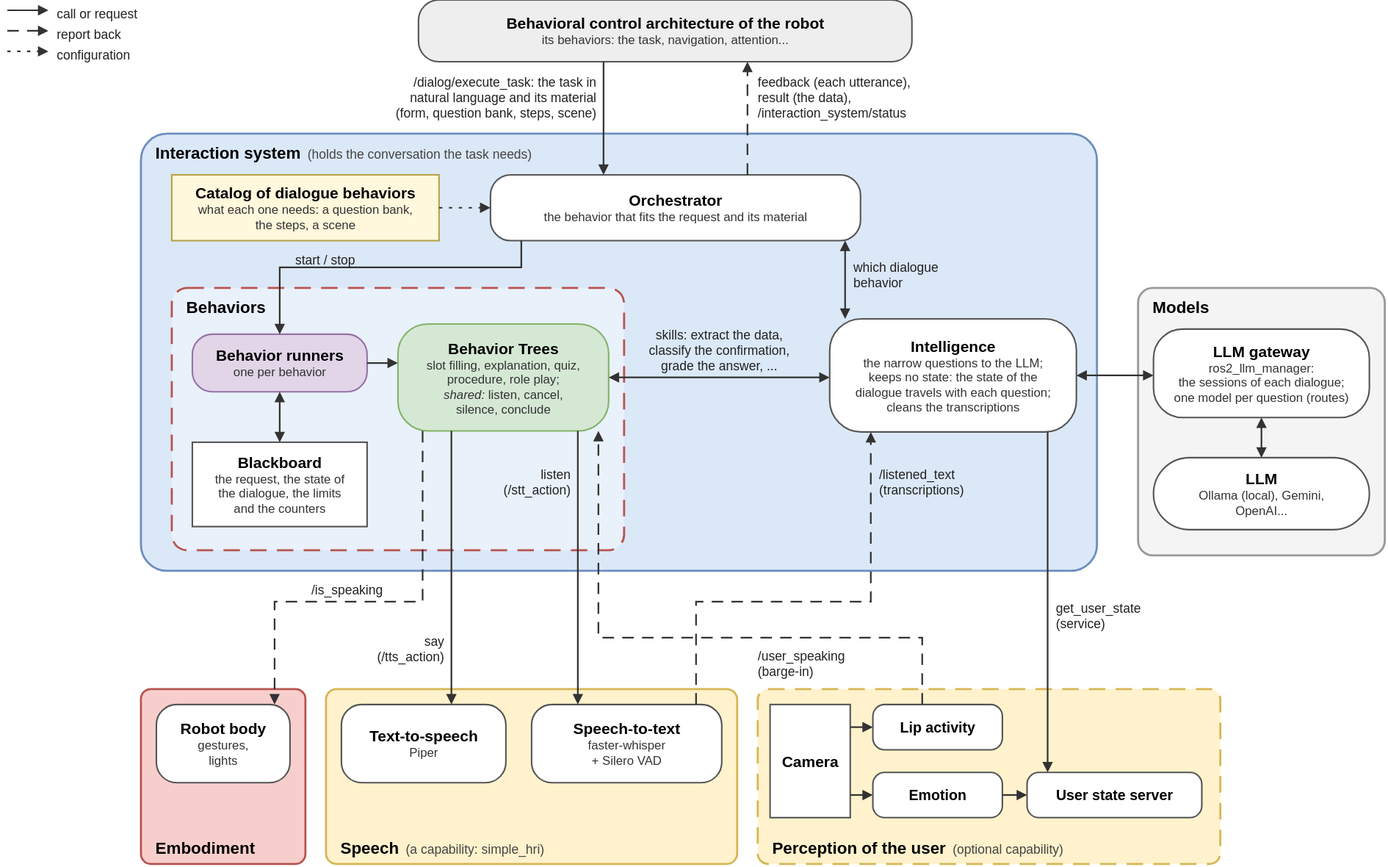
The draw.io diagram media/interaction_system_architecture.drawio.svg in geriabot/interaction_system, before a commit. Source tidied: cells renumbered, new cells last; positions are measured from the earlier drawing's top-left corner, leaving out a move shared by most shapes.
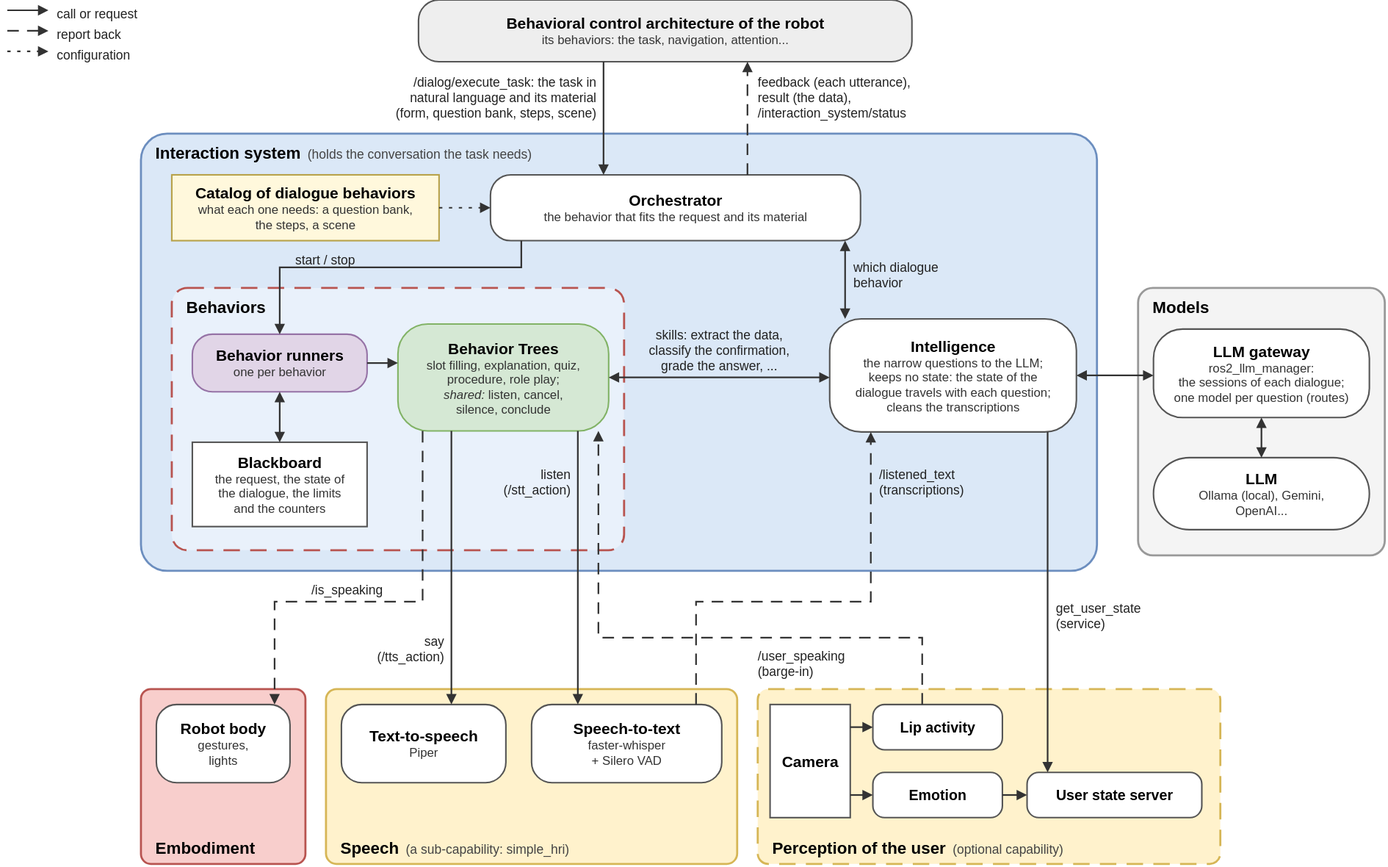
The same diagram one commit later.

Change to the diagram source:
```diff
@@ -44,7 +44,7 @@
     <mxCell id="15" value="&lt;b style=&quot;font-size:15px&quot;&gt;Robot body&lt;/b&gt;&lt;br&gt;&lt;span style=&quot;font-size:12px;color:#333333&quot;&gt;gestures,&lt;/span&gt;&lt;br&gt;&lt;span style=&quot;font-size:12px;color:#333333&quot;&gt;lights&lt;/span&gt;" style="rounded=1;arcSize=26;whiteSpace=wrap;html=1;fillColor=#ffffff;strokeColor=#555555;strokeWidth=1.5;fontFamily=Helvetica;verticalAlign=middle;" parent="1" vertex="1">
       <mxGeometry x="145" y="685" width="130" height="76" as="geometry" />
     </mxCell>
-    <mxCell id="16" value="&lt;b style=&quot;font-size:16px&quot;&gt;Speech&lt;/b&gt;&amp;nbsp;&amp;nbsp;&lt;span style=&quot;font-size:12.5px;color:#444444&quot;&gt;(a capability: simple_hri)&lt;/span&gt;" style="rounded=1;arcSize=6;whiteSpace=wrap;html=1;fillColor=#fff2cc;strokeColor=#d6b656;strokeWidth=2;fontFamily=Helvetica;verticalAlign=top;align=left;spacingLeft=12;spacingTop=2;verticalAlign=bottom;spacingBottom=4;" parent="1" vertex="1">
+    <mxCell id="16" value="&lt;b style=&quot;font-size:16px&quot;&gt;Speech&lt;/b&gt;&amp;nbsp;&amp;nbsp;&lt;span style=&quot;font-size:12.5px;color:#444444&quot;&gt;(a sub-capability: simple_hri)&lt;/span&gt;" style="rounded=1;arcSize=6;whiteSpace=wrap;html=1;fillColor=#fff2cc;strokeColor=#d6b656;strokeWidth=2;fontFamily=Helvetica;verticalAlign=top;align=left;spacingLeft=12;spacingTop=2;verticalAlign=bottom;spacingBottom=4;" parent="1" vertex="1">
       <mxGeometry x="310" y="670" width="400" height="170" as="geometry" />
     </mxCell>
     <mxCell id="17" value="&lt;b style=&quot;font-size:15px&quot;&gt;Text-to-speech&lt;/b&gt;&lt;br&gt;&lt;span style=&quot;font-size:12px;color:#333333&quot;&gt;Piper&lt;/span&gt;" style="rounded=1;arcSize=26;whiteSpace=wrap;html=1;fillColor=#ffffff;strokeColor=#555555;strokeWidth=1.5;fontFamily=Helvetica;verticalAlign=middle;" parent="1" vertex="1">
```
